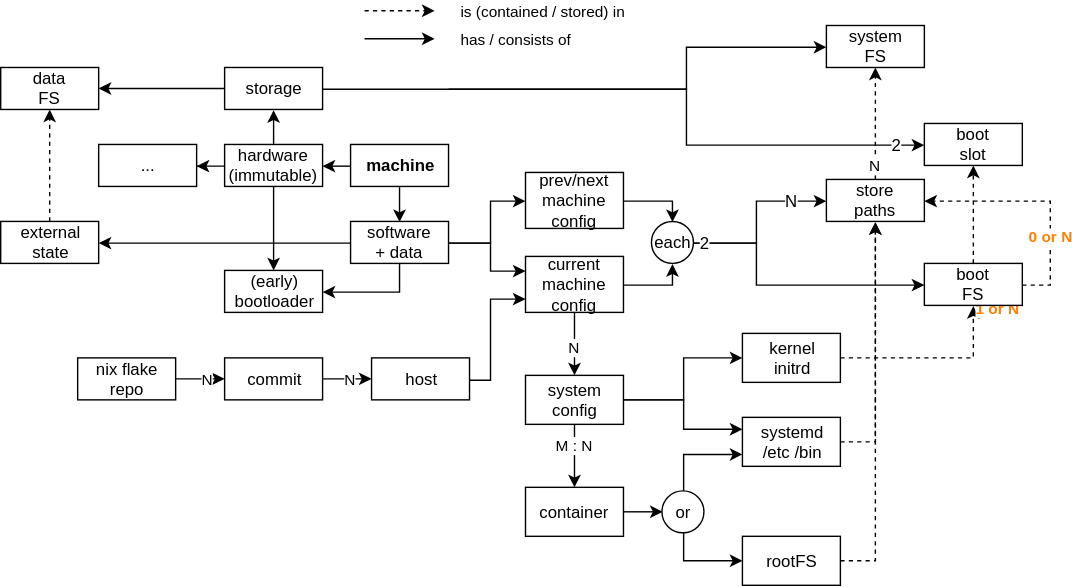
Above: docs/relations.drawio.svg in tuhhosg/reupnix (draw.io), before the change. Source tidied: cells renumbered, new cells last; positions are measured from the earlier drawing's top-left corner, leaving out a move shared by most shapes.
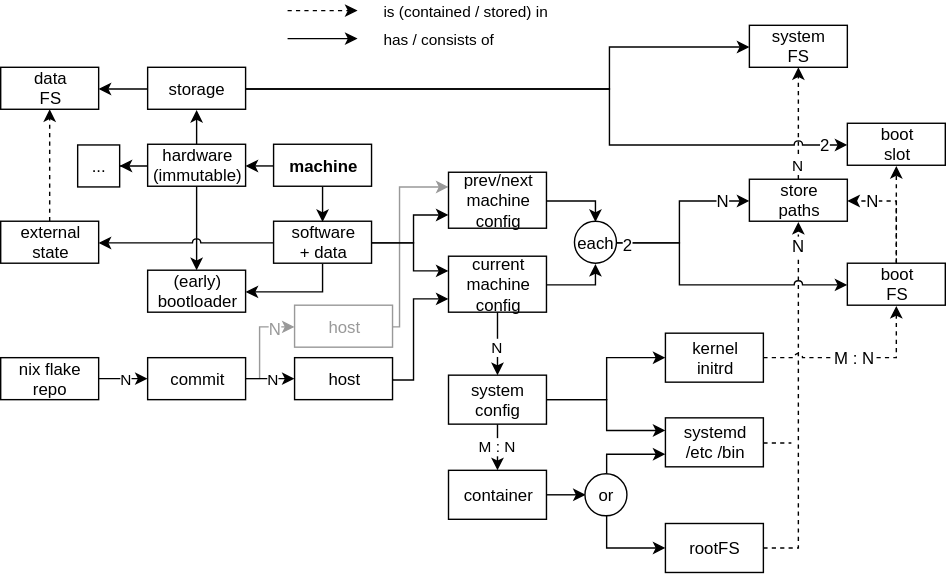
After the commit.

Change to the diagram source:
```diff
@@ -2,17 +2,22 @@
   <root>
     <mxCell id="0" />
     <mxCell id="1" parent="0" />
+    <mxCell id="64" style="edgeStyle=orthogonalEdgeStyle;rounded=0;jumpStyle=none;jettySize=auto;html=1;exitX=1;exitY=0.5;exitDx=0;exitDy=0;entryX=0;entryY=0.25;entryDx=0;entryDy=0;strokeColor=#999999;fontColor=#999999;" parent="1" edge="1" source="71" target="13">
+      <mxGeometry relative="1" as="geometry">
+        <Array as="points">
+          <mxPoint x="340" y="226" />
+          <mxPoint x="340" y="126" />
+        </Array>
+      </mxGeometry>
+    </mxCell>
-    <mxCell id="2" style="edgeStyle=orthogonalEdgeStyle;rounded=0;jettySize=auto;html=1;" parent="1" edge="1" source="6" target="13">
+    <mxCell id="2" style="edgeStyle=orthogonalEdgeStyle;rounded=0;jettySize=auto;html=1;entryX=0;entryY=0.75;entryDx=0;entryDy=0;" parent="1" edge="1" source="6" target="13">
       <mxGeometry relative="1" as="geometry">
         <Array as="points">
-          <mxPoint x="350" y="165.5" />
-          <mxPoint x="350" y="135.5" />
+          <mxPoint x="350" y="166" />
+          <mxPoint x="350" y="146" />
         </Array>
       </mxGeometry>
     </mxCell>
-    <mxCell id="3" style="edgeStyle=orthogonalEdgeStyle;rounded=0;jettySize=auto;html=1;exitX=0;exitY=0.5;exitDx=0;exitDy=0;" parent="1" edge="1" source="6" target="8">
-      <mxGeometry relative="1" as="geometry" />
-    </mxCell>
     <mxCell id="4" style="edgeStyle=orthogonalEdgeStyle;rounded=0;jettySize=auto;html=1;exitX=1;exitY=0.5;exitDx=0;exitDy=0;entryX=0;entryY=0.25;entryDx=0;entryDy=0;" parent="1" edge="1" source="6" target="18">
       <mxGeometry relative="1" as="geometry">
         <Array as="points">
@@ -31,7 +36,7 @@
       <mxGeometry relative="1" as="geometry" />
     </mxCell>
     <mxCell id="8" value="external&lt;br&gt;state" style="rounded=0;whiteSpace=wrap;html=1;" parent="1" vertex="1">
-      <mxGeometry y="150.5" width="70" height="30" as="geometry" />
+      <mxGeometry x="55" y="150.5" width="70" height="30" as="geometry" />
     </mxCell>
     <mxCell id="9" style="edgeStyle=orthogonalEdgeStyle;rounded=0;jettySize=auto;html=1;" parent="1" edge="1" source="10" target="11">
       <mxGeometry relative="1" as="geometry" />
@@ -40,7 +45,7 @@
       <mxGeometry x="160" y="40.5" width="70" height="30" as="geometry" />
     </mxCell>
     <mxCell id="11" value="data&lt;br&gt;FS" style="rounded=0;whiteSpace=wrap;html=1;" parent="1" vertex="1">
-      <mxGeometry y="40.5" width="70" height="30" as="geometry" />
+      <mxGeometry x="55" y="40.5" width="70" height="30" as="geometry" />
     </mxCell>
     <mxCell id="12" style="edgeStyle=orthogonalEdgeStyle;rounded=0;jettySize=auto;html=1;exitX=1;exitY=0.5;exitDx=0;exitDy=0;entryX=0.5;entryY=0;entryDx=0;entryDy=0;" parent="1" edge="1" source="13" target="31">
       <mxGeometry relative="1" as="geometry" />
@@ -84,13 +89,8 @@
       <mxGeometry relative="1" as="geometry" />
     </mxCell>
     <mxCell id="24" value="container" style="rounded=0;whiteSpace=wrap;html=1;" parent="1" vertex="1">
-      <mxGeometry x="375" y="340.5" width="70" height="35" as="geometry" />
+      <mxGeometry x="375" y="328.5" width="70" height="35" as="geometry" />
     </mxCell>
-    <mxCell id="25" value="1 or N" style="edgeStyle=orthogonalEdgeStyle;rounded=0;jettySize=auto;html=1;exitX=1;exitY=0.5;exitDx=0;exitDy=0;entryX=0.5;entryY=1;entryDx=0;entryDy=0;dashed=1;fontColor=#FF8000;fontStyle=1;" parent="1" edge="1" source="26" target="34">
-      <mxGeometry x="0.43" y="18" relative="1" as="geometry">
-        <mxPoint x="18" y="-18" as="offset" />
-      </mxGeometry>
-    </mxCell>
     <mxCell id="26" value="kernel&lt;br&gt;initrd" style="rounded=0;whiteSpace=wrap;html=1;" parent="1" vertex="1">
       <mxGeometry x="530" y="230.5" width="70" height="35" as="geometry" />
     </mxCell>
@@ -104,30 +104,22 @@
     </mxCell>
     <mxCell id="28" value="N" style="text;html=1;align=center;verticalAlign=middle;labelBackgroundColor=#ffffff;" parent="27" vertex="1">
       <mxGeometry x="0.4" y="-1" relative="1" as="geometry">
-        <mxPoint x="12" y="-1" as="offset" />
+        <mxPoint x="17.5" y="-1.5" as="offset" />
       </mxGeometry>
     </mxCell>
-    <mxCell id="29" style="edgeStyle=orthogonalEdgeStyle;rounded=0;jettySize=auto;html=1;exitX=1;exitY=0.5;exitDx=0;exitDy=0;entryX=0;entryY=0.5;entryDx=0;entryDy=0;" parent="1" edge="1" source="31" target="34">
-      <mxGeometry relative="1" as="geometry">
-        <Array as="points">
-          <mxPoint x="540" y="165.5" />
-          <mxPoint x="540" y="195.5" />
-        </Array>
-      </mxGeometry>
-    </mxCell>
-    <mxCell id="30" value="2" style="text;html=1;align=center;verticalAlign=middle;labelBackgroundColor=#ffffff;" parent="29" vertex="1">
-      <mxGeometry x="-0.71" y="2" relative="1" as="geometry">
-        <mxPoint x="-21.5" y="2" as="offset" />
-      </mxGeometry>
-    </mxCell>
     <mxCell id="31" value="each" style="ellipse;whiteSpace=wrap;html=1;" parent="1" vertex="1">
       <mxGeometry x="465" y="150.5" width="30" height="30" as="geometry" />
     </mxCell>
-    <mxCell id="32" style="edgeStyle=orthogonalEdgeStyle;rounded=0;jettySize=auto;html=1;dashed=1;" parent="1" edge="1" source="34" target="39">
+    <mxCell id="32" style="edgeStyle=orthogonalEdgeStyle;rounded=0;jettySize=auto;html=1;dashed=1;exitX=0.5;exitY=0;exitDx=0;exitDy=0;entryX=0.5;entryY=1;entryDx=0;entryDy=0;" parent="1" edge="1" source="34" target="39">
       <mxGeometry relative="1" as="geometry" />
     </mxCell>
-    <mxCell id="33" value="0 or N" style="edgeStyle=orthogonalEdgeStyle;rounded=0;jettySize=auto;html=1;exitX=1;exitY=0.5;exitDx=0;exitDy=0;entryX=1;entryY=0.5;entryDx=0;entryDy=0;dashed=1;fontColor=#FF8000;fontStyle=1;" parent="1" edge="1" source="34" target="15">
-      <mxGeometry x="-0.35" relative="1" as="geometry" />
+    <mxCell id="33" style="edgeStyle=orthogonalEdgeStyle;rounded=0;jettySize=auto;html=1;entryX=1;entryY=0.5;entryDx=0;entryDy=0;dashed=1;fontColor=#FF8000;fontStyle=1;jumpStyle=arc;" parent="1" edge="1" target="15">
+      <mxGeometry x="-0.46" relative="1" as="geometry">
+        <mxPoint x="695" y="180" as="sourcePoint" />
+        <Array as="points">
+          <mxPoint x="695" y="136" />
+        </Array>
+      </mxGeometry>
     </mxCell>
     <mxCell id="34" value="boot&lt;br&gt;FS" style="rounded=0;whiteSpace=wrap;html=1;" parent="1" vertex="1">
       <mxGeometry x="660" y="180.5" width="70" height="30" as="geometry" />
@@ -135,16 +127,15 @@
     <mxCell id="35" value="system&lt;br&gt;FS" style="rounded=0;whiteSpace=wrap;html=1;" parent="1" vertex="1">
       <mxGeometry x="590" y="10.5" width="70" height="30" as="geometry" />
     </mxCell>
-    <mxCell id="36" style="edgeStyle=orthogonalEdgeStyle;rounded=0;jettySize=auto;html=1;exitX=1;exitY=0.5;exitDx=0;exitDy=0;entryX=0;entryY=0.5;entryDx=0;entryDy=0;" parent="1" edge="1" target="35">
+    <mxCell id="36" style="edgeStyle=orthogonalEdgeStyle;rounded=0;jettySize=auto;html=1;exitX=1;exitY=0.5;exitDx=0;exitDy=0;entryX=0;entryY=0.5;entryDx=0;entryDy=0;" parent="1" edge="1" source="10" target="35">
       <mxGeometry relative="1" as="geometry">
-        <mxPoint x="320" y="55.5" as="sourcePoint" />
         <Array as="points">
-          <mxPoint x="490" y="55.5" />
-          <mxPoint x="490" y="25.5" />
+          <mxPoint x="490" y="56" />
+          <mxPoint x="490" y="26" />
         </Array>
       </mxGeometry>
     </mxCell>
-    <mxCell id="37" style="edgeStyle=orthogonalEdgeStyle;rounded=0;jettySize=auto;html=1;exitX=1;exitY=0.5;exitDx=0;exitDy=0;entryX=0;entryY=0.5;entryDx=0;entryDy=0;" parent="1" edge="1" source="10" target="39">
+    <mxCell id="37" style="edgeStyle=orthogonalEdgeStyle;rounded=0;jettySize=auto;html=1;exitX=1;exitY=0.5;exitDx=0;exitDy=0;entryX=0;entryY=0.5;entryDx=0;entryDy=0;jumpStyle=arc;" parent="1" edge="1" source="10" target="39">
       <mxGeometry relative="1" as="geometry">
         <Array as="points">
           <mxPoint x="490" y="55.5" />
@@ -154,7 +145,7 @@
     </mxCell>
     <mxCell id="38" value="2" style="text;html=1;align=center;verticalAlign=middle;labelBackgroundColor=#ffffff;" parent="37" vertex="1">
       <mxGeometry x="0.4" y="-2" relative="1" as="geometry">
-        <mxPoint x="120" y="-2" as="offset" />
+        <mxPoint x="124" y="-3" as="offset" />
       </mxGeometry>
     </mxCell>
     <mxCell id="39" value="boot&lt;br&gt;slot" style="rounded=0;whiteSpace=wrap;html=1;" parent="1" vertex="1">
@@ -174,36 +165,57 @@
         <mxPoint x="17" y="17" as="offset" />
       </mxGeometry>
     </mxCell>
-    <mxCell id="42" style="edgeStyle=orthogonalEdgeStyle;rounded=0;jettySize=auto;html=1;exitX=1;exitY=0.5;exitDx=0;exitDy=0;entryX=0.5;entryY=1;entryDx=0;entryDy=0;dashed=1;" parent="1" edge="1" source="43" target="15">
-      <mxGeometry relative="1" as="geometry" />
-    </mxCell>
+    <mxCell id="65" style="edgeStyle=orthogonalEdgeStyle;rounded=0;jumpStyle=none;jettySize=auto;html=1;exitX=1;exitY=0.5;exitDx=0;exitDy=0;strokeColor=#000000;fontColor=#999999;endArrow=none;endFill=0;dashed=1;" parent="1" edge="1" source="43">
+      <mxGeometry relative="1" as="geometry">
+        <mxPoint x="620" y="309" as="targetPoint" />
+      </mxGeometry>
+    </mxCell>
     <mxCell id="43" value="systemd&lt;br&gt;/etc /bin" style="rounded=0;whiteSpace=wrap;html=1;" parent="1" vertex="1">
-      <mxGeometry x="530" y="290.5" width="70" height="35" as="geometry" />
+      <mxGeometry x="530" y="291" width="70" height="35" as="geometry" />
     </mxCell>
     <mxCell id="44" style="edgeStyle=orthogonalEdgeStyle;rounded=0;jettySize=auto;html=1;exitX=0.5;exitY=0;exitDx=0;exitDy=0;entryX=0;entryY=0.75;entryDx=0;entryDy=0;" parent="1" edge="1" source="46" target="43">
-      <mxGeometry relative="1" as="geometry" />
+      <mxGeometry relative="1" as="geometry">
+        <Array as="points">
+          <mxPoint x="488" y="317" />
+          <mxPoint x="522" y="317" />
+        </Array>
+      </mxGeometry>
     </mxCell>
     <mxCell id="45" style="edgeStyle=orthogonalEdgeStyle;rounded=0;jettySize=auto;html=1;exitX=0.5;exitY=1;exitDx=0;exitDy=0;entryX=0;entryY=0.5;entryDx=0;entryDy=0;" parent="1" edge="1" source="46" target="48">
       <mxGeometry relative="1" as="geometry" />
     </mxCell>
     <mxCell id="46" value="or" style="ellipse;whiteSpace=wrap;html=1;" parent="1" vertex="1">
-      <mxGeometry x="472.5" y="343" width="30" height="30" as="geometry" />
+      <mxGeometry x="472.5" y="331" width="30" height="30" as="geometry" />
     </mxCell>
     <mxCell id="47" style="edgeStyle=orthogonalEdgeStyle;rounded=0;jettySize=auto;html=1;exitX=1;exitY=0.5;exitDx=0;exitDy=0;entryX=0.5;entryY=1;entryDx=0;entryDy=0;dashed=1;" parent="1" edge="1" source="48" target="15">
       <mxGeometry relative="1" as="geometry" />
     </mxCell>
+    <mxCell id="66" value="N" style="text;html=1;align=center;verticalAlign=middle;labelBackgroundColor=#ffffff;" parent="47" vertex="1">
+      <mxGeometry x="0.87" y="1" relative="1" as="geometry">
+        <mxPoint x="1" as="offset" />
+      </mxGeometry>
+    </mxCell>
     <mxCell id="48" value="rootFS" style="rounded=0;whiteSpace=wrap;html=1;" parent="1" vertex="1">
-      <mxGeometry x="530" y="375.5" width="70" height="35" as="geometry" />
+      <mxGeometry x="530" y="366.5" width="70" height="35" as="geometry" />
     </mxCell>
     <mxCell id="49" value="N" style="edgeStyle=orthogonalEdgeStyle;rounded=0;jettySize=auto;html=1;fontColor=#000000;" parent="1" edge="1" source="50" target="52">
-      <mxGeometry x="0.45" relative="1" as="geometry" />
+      <mxGeometry x="0.34" relative="1" as="geometry" />
     </mxCell>
     <mxCell id="50" value="nix flake&lt;br&gt;repo" style="rounded=0;whiteSpace=wrap;html=1;" parent="1" vertex="1">
       <mxGeometry x="55" y="248" width="70" height="30" as="geometry" />
     </mxCell>
-    <mxCell id="51" value="N" style="edgeStyle=orthogonalEdgeStyle;rounded=0;jettySize=auto;html=1;fontColor=#000000;" parent="1" edge="1" source="52" target="54">
-      <mxGeometry x="0.34" relative="1" as="geometry" />
-    </mxCell>
+    <mxCell id="67" style="edgeStyle=orthogonalEdgeStyle;rounded=0;jumpStyle=arc;jettySize=auto;html=1;exitX=1;exitY=0.5;exitDx=0;exitDy=0;entryX=0;entryY=0.5;entryDx=0;entryDy=0;strokeColor=#999999;fontColor=#999999;" parent="1" edge="1" source="52" target="71">
+      <mxGeometry relative="1" as="geometry">
+        <Array as="points">
+          <mxPoint x="240" y="263" />
+          <mxPoint x="240" y="226" />
+          <mxPoint x="245" y="226" />
+        </Array>
+      </mxGeometry>
+    </mxCell>
+    <mxCell id="68" value="N" style="text;html=1;align=center;verticalAlign=middle;labelBackgroundColor=#ffffff;fontColor=#999999;" parent="67" vertex="1">
+      <mxGeometry x="0.6" relative="1" as="geometry" />
+    </mxCell>
     <mxCell id="52" value="commit" style="rounded=0;whiteSpace=wrap;html=1;" parent="1" vertex="1">
       <mxGeometry x="160" y="248" width="70" height="30" as="geometry" />
     </mxCell>
@@ -231,7 +243,7 @@
       <mxGeometry x="160" y="95.5" width="70" height="30" as="geometry" />
     </mxCell>
     <mxCell id="59" value="..." style="rounded=0;whiteSpace=wrap;html=1;" parent="1" vertex="1">
-      <mxGeometry x="70" y="95.5" width="70" height="30" as="geometry" />
+      <mxGeometry x="110" y="96" width="30" height="30" as="geometry" />
     </mxCell>
     <mxCell id="60" value="(early)&lt;br&gt;bootloader" style="rounded=0;whiteSpace=wrap;html=1;" parent="1" vertex="1">
       <mxGeometry x="160" y="185.5" width="70" height="30" as="geometry" />
@@ -245,5 +257,38 @@
     <mxCell id="63" value="machine" style="rounded=0;whiteSpace=wrap;html=1;fontStyle=1;" parent="1" vertex="1">
       <mxGeometry x="250" y="95.5" width="70" height="30" as="geometry" />
     </mxCell>
+    <mxCell id="3" style="edgeStyle=orthogonalEdgeStyle;rounded=0;jettySize=auto;html=1;exitX=0;exitY=0.5;exitDx=0;exitDy=0;jumpStyle=arc;" parent="1" edge="1" source="6" target="8">
+      <mxGeometry relative="1" as="geometry" />
+    </mxCell>
+    <mxCell id="29" style="edgeStyle=orthogonalEdgeStyle;rounded=0;jettySize=auto;html=1;exitX=1;exitY=0.5;exitDx=0;exitDy=0;entryX=0;entryY=0.5;entryDx=0;entryDy=0;jumpStyle=arc;" parent="1" edge="1" source="31" target="34">
+      <mxGeometry relative="1" as="geometry">
+        <Array as="points">
+          <mxPoint x="540" y="165.5" />
+          <mxPoint x="540" y="195.5" />
+        </Array>
+      </mxGeometry>
+    </mxCell>
+    <mxCell id="30" value="2" style="text;html=1;align=center;verticalAlign=middle;labelBackgroundColor=#ffffff;" parent="29" vertex="1">
+      <mxGeometry x="-0.71" y="2" relative="1" as="geometry">
+        <mxPoint x="-21.5" y="2" as="offset" />
+      </mxGeometry>
+    </mxCell>
+    <mxCell id="25" style="edgeStyle=orthogonalEdgeStyle;rounded=0;jettySize=auto;html=1;exitX=1;exitY=0.5;exitDx=0;exitDy=0;entryX=0.5;entryY=1;entryDx=0;entryDy=0;dashed=1;fontColor=#FF8000;fontStyle=1;jumpStyle=arc;" parent="1" edge="1" source="26" target="34">
+      <mxGeometry x="0.86" y="-25" relative="1" as="geometry" />
+    </mxCell>
+    <mxCell id="69" value="M : N" style="text;html=1;align=center;verticalAlign=middle;labelBackgroundColor=#ffffff;" parent="25" vertex="1">
+      <mxGeometry x="-0.01" y="1" relative="1" as="geometry" />
+    </mxCell>
+    <mxCell id="70" value="N" style="text;html=1;align=center;verticalAlign=middle;labelBackgroundColor=#ffffff;" parent="1" vertex="1">
+      <mxGeometry x="660.2" y="136.5" as="geometry">
+        <mxPoint x="17.5" y="-1.5" as="offset" />
+      </mxGeometry>
+    </mxCell>
+    <mxCell id="71" value="host" style="rounded=0;whiteSpace=wrap;html=1;strokeColor=#999999;fontColor=#999999;" parent="1" vertex="1">
+      <mxGeometry x="265" y="210.5" width="70" height="30" as="geometry" />
+    </mxCell>
+    <mxCell id="51" value="N" style="edgeStyle=orthogonalEdgeStyle;rounded=0;jettySize=auto;html=1;fontColor=#000000;" parent="1" edge="1" source="52" target="54">
+      <mxGeometry x="0.34" relative="1" as="geometry" />
+    </mxCell>
   </root>
 </mxGraphModel>
```
